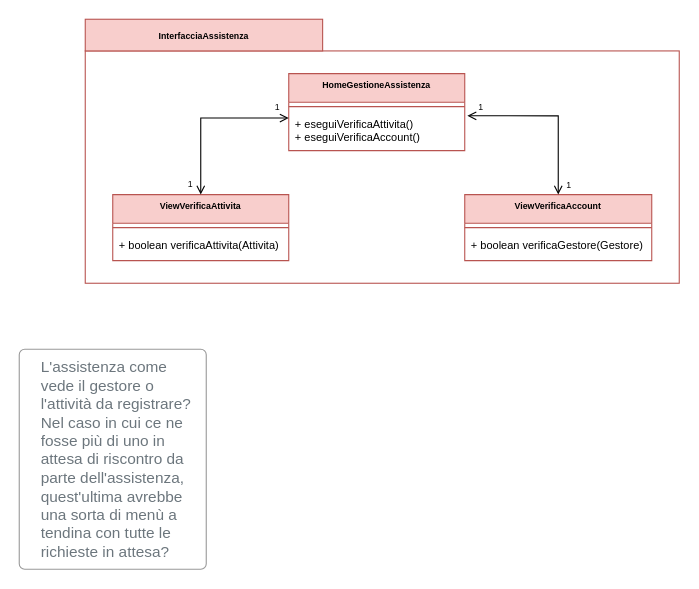
Marco-Burattoni/Progetto-ids keeps this draw.io diagram as page "Assistenza" (1 of 3) of Dettaglio view.drawio. Above is the earlier version. Source tidied: cells renumbered, new cells numbered last; positions are measured from the earlier drawing's top-left corner, leaving out a move shared by most shapes. Both pictures are drawn from the tidied source at 110%, with x=0, y=0 at pixel (19, 19).
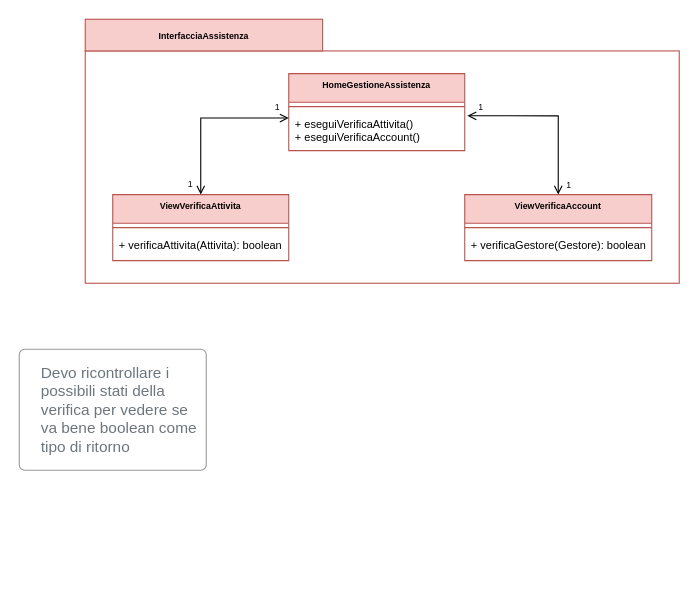
The same page after the edit.

Unchanged cells that the change refers to:
```xml
<mxCell id="8" value="ViewVerificaAttivita" style="swimlane;fontStyle=1;align=center;verticalAlign=top;horizontal=1;startSize=26;fillColor=#F8CECC;strokeColor=#B85450;fontSize=8;" parent="4" vertex="1">
  <mxGeometry y="110" width="160" height="60" as="geometry" />
</mxCell>
<mxCell id="11" value="ViewVerificaAccount" style="swimlane;fontStyle=1;align=center;verticalAlign=top;horizontal=1;startSize=26;fillColor=#F8CECC;strokeColor=#B85450;fontSize=8;" parent="4" vertex="1">
  <mxGeometry x="320" y="110" width="170" height="60" as="geometry" />
</mxCell>
```

The edit, as a diff of the source:
```diff
@@
-    <mxCell id="10" value="+ boolean verificaAttivita(Attivita)" style="text;strokeColor=none;fillColor=none;align=left;verticalAlign=top;spacingLeft=4;spacingRight=4;overflow=hidden;fontSize=10;" parent="8" vertex="1">
+    <mxCell id="10" value="+ verificaAttivita(Attivita): boolean" style="text;strokeColor=none;fillColor=none;align=left;verticalAlign=top;spacingLeft=4;spacingRight=4;overflow=hidden;fontSize=10;" parent="8" vertex="1">
       <mxGeometry y="34" width="160" height="26" as="geometry" />
     </mxCell>
@@
-    <mxCell id="13" value="+ boolean verificaGestore(Gestore)" style="text;strokeColor=none;fillColor=none;align=left;verticalAlign=top;spacingLeft=4;spacingRight=4;overflow=hidden;fontSize=10;" parent="11" vertex="1">
+    <mxCell id="13" value="+ verificaGestore(Gestore): boolean" style="text;strokeColor=none;fillColor=none;align=left;verticalAlign=top;spacingLeft=4;spacingRight=4;overflow=hidden;fontSize=10;" parent="11" vertex="1">
       <mxGeometry y="34" width="170" height="26" as="geometry" />
     </mxCell>
@@
-    <mxCell id="19" value="L'assistenza come vede il gestore o l'attività da registrare? Nel caso in cui ce ne fosse più di uno in attesa di riscontro da parte dell'assistenza, quest'ultima avrebbe una sorta di menù a tendina con tutte le richieste in attesa?&lt;br&gt;" style="html=1;shadow=0;dashed=0;shape=mxgraph.bootstrap.rrect;rSize=5;strokeColor=#999999;strokeWidth=1;fillColor=#FFFFFF;fontColor=#6C767D;whiteSpace=wrap;align=left;verticalAlign=middle;spacingLeft=10;fontSize=14;spacing=10;" parent="1" vertex="1">
-      <mxGeometry y="300" width="170" height="200" as="geometry" />
+    <mxCell id="19" value="Devo ricontrollare i possibili stati della verifica per vedere se va bene boolean come tipo di ritorno" style="html=1;shadow=0;dashed=0;shape=mxgraph.bootstrap.rrect;rSize=5;strokeColor=#999999;strokeWidth=1;fillColor=#FFFFFF;fontColor=#6C767D;whiteSpace=wrap;align=left;verticalAlign=middle;spacingLeft=10;fontSize=14;spacing=10;" parent="1" vertex="1">
+      <mxGeometry y="300" width="170" height="110" as="geometry" />
     </mxCell>
```
